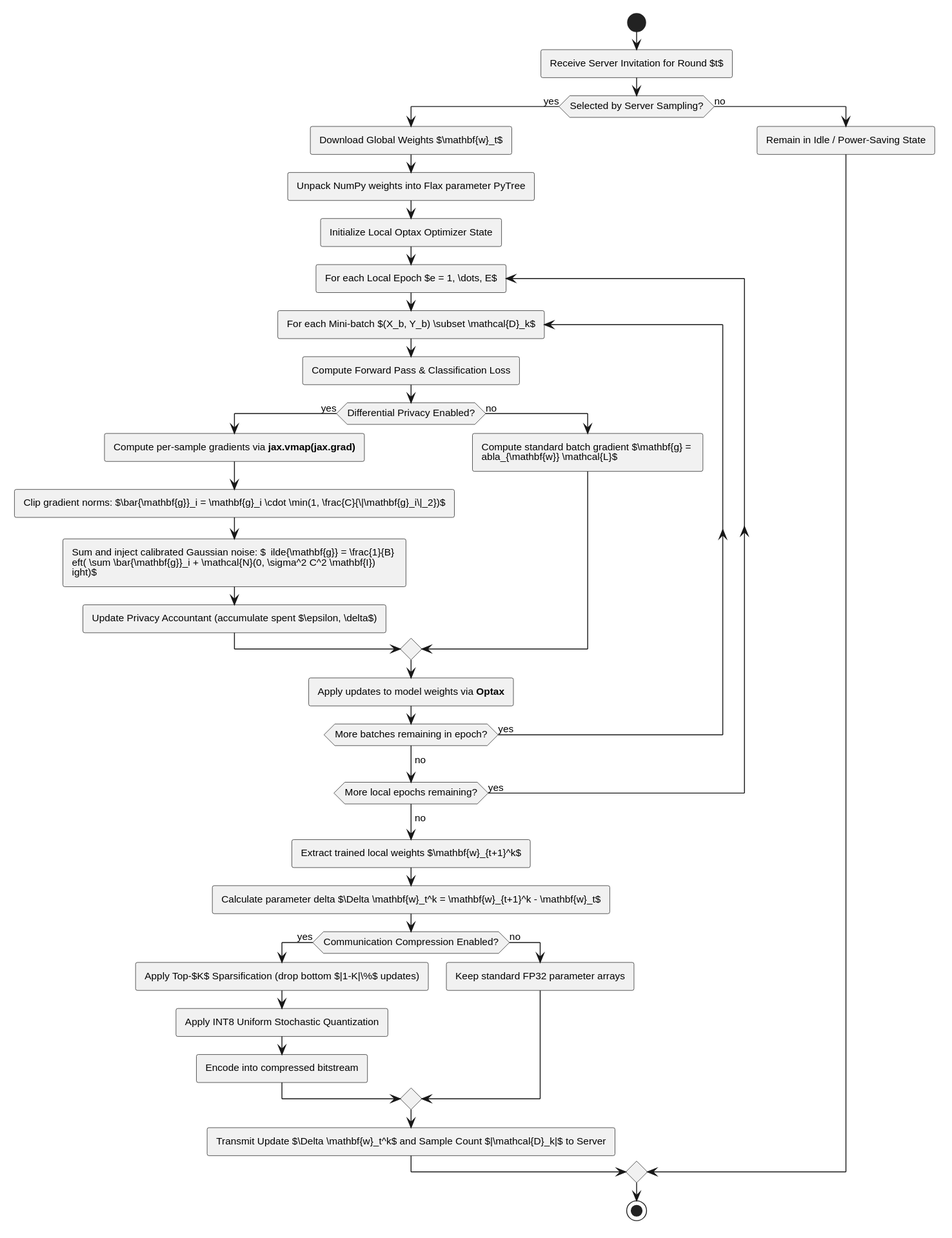
bernardbdas/research keeps this PlantUML diagram as diagrams/04-activity-diagrams/client_execution_lifecycle.svg. Above is the earlier version. Its diagram source:
```plantuml
@startuml
skinparam monochrome false
skinparam shadowing false
skinparam roundcorner 4
skinparam defaultFontName "Helvetica"
skinparam defaultFontSize 11

start

:Receive Server Invitation for Round $t$;

if (Selected by Server Sampling?) then (yes)
    :Download Global Weights $\mathbf{w}_t$;
    :Unpack NumPy weights into Flax parameter PyTree;
    :Initialize Local Optax Optimizer State;

    repeat :For each Local Epoch $e = 1, \dots, E$;
        repeat :For each Mini-batch $(X_b, Y_b) \subset \mathcal{D}_k$;
            :Compute Forward Pass & Classification Loss;

            if (Differential Privacy Enabled?) then (yes)
                :Compute per-sample gradients via **jax.vmap(jax.grad)**;
                :Clip gradient norms: $\bar{\mathbf{g}}_i = \mathbf{g}_i \cdot \min(1, \frac{C}{\|\mathbf{g}_i\|_2})$;
                :Sum and inject calibrated Gaussian noise: $\tilde{\mathbf{g}} = \frac{1}{B} \left( \sum \bar{\mathbf{g}}_i + \mathcal{N}(0, \sigma^2 C^2 \mathbf{I}) \right)$;
                :Update Privacy Accountant (accumulate spent $\epsilon, \delta$);
            else (no)
                :Compute standard batch gradient $\mathbf{g} = \nabla_{\mathbf{w}} \mathcal{L}$;
            endif

            :Apply updates to model weights via **Optax**;
        repeat while (More batches remaining in epoch?) is (yes)
        ->no;
    repeat while (More local epochs remaining?) is (yes)
    ->no;

    :Extract trained local weights $\mathbf{w}_{t+1}^k$;
    :Calculate parameter delta $\Delta \mathbf{w}_t^k = \mathbf{w}_{t+1}^k - \mathbf{w}_t$;

    if (Communication Compression Enabled?) then (yes)
        :Apply Top-$K$ Sparsification (drop bottom $|1-K|\%$ updates);
        :Apply INT8 Uniform Stochastic Quantization;
        :Encode into compressed bitstream;
    else (no)
        :Keep standard FP32 parameter arrays;
    endif

    :Transmit Update $\Delta \mathbf{w}_t^k$ and Sample Count $|\mathcal{D}_k|$ to Server;
else (no)
    :Remain in Idle / Power-Saving State;
endif

stop
@enduml
```
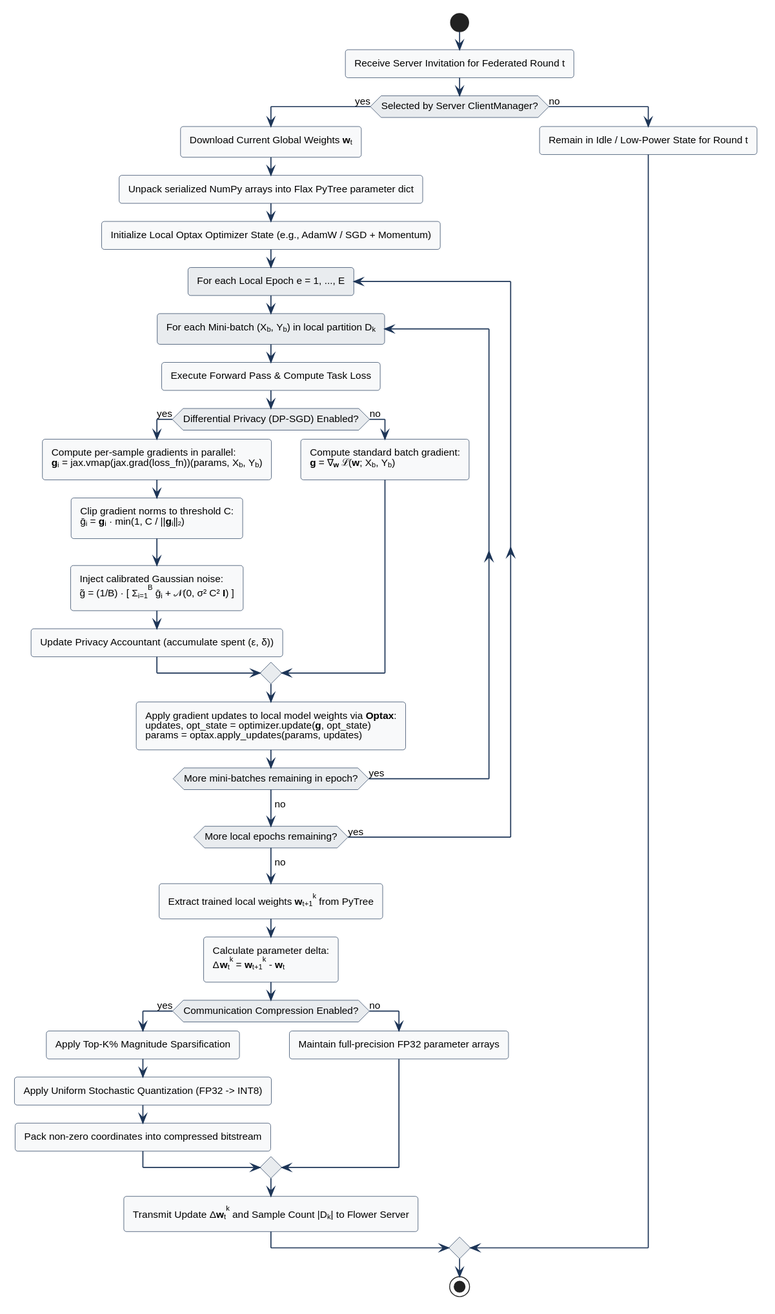
The same diagram one commit later.

Diff of the diagram source:
```diff
@@ -1,52 +1,58 @@
 @startuml
 skinparam monochrome false
 skinparam shadowing false
-skinparam roundcorner 4
+skinparam roundcorner 6
 skinparam defaultFontName "Helvetica"
 skinparam defaultFontSize 11
+skinparam ActivityBorderColor #1D3557
+skinparam ActivityBackgroundColor #F8F9FA
+skinparam ActivityDiamondBorderColor #1D3557
+skinparam ActivityDiamondBackgroundColor #E9ECEF
+skinparam ArrowColor #1D3557
+skinparam ArrowThickness 1.2
 
 start
 
-:Receive Server Invitation for Round $t$;
+:Receive Server Invitation for Federated Round t;
 
-if (Selected by Server Sampling?) then (yes)
-    :Download Global Weights $\mathbf{w}_t$;
-    :Unpack NumPy weights into Flax parameter PyTree;
-    :Initialize Local Optax Optimizer State;
+if (Selected by Server ClientManager?) then (yes)
+    :Download Current Global Weights <b>w</b><sub>t</sub>;
+    :Unpack serialized NumPy arrays into Flax PyTree parameter dict;
+    :Initialize Local Optax Optimizer State (e.g., AdamW / SGD + Momentum);
 
-    repeat :For each Local Epoch $e = 1, \dots, E$;
-        repeat :For each Mini-batch $(X_b, Y_b) \subset \mathcal{D}_k$;
-            :Compute Forward Pass & Classification Loss;
+    repeat :For each Local Epoch e = 1, ..., E;
+        repeat :For each Mini-batch (X<sub>b</sub>, Y<sub>b</sub>) in local partition D<sub>k</sub>;
+            :Execute Forward Pass & Compute Task Loss;
 
-            if (Differential Privacy Enabled?) then (yes)
-                :Compute per-sample gradients via **jax.vmap(jax.grad)**;
-                :Clip gradient norms: $\bar{\mathbf{g}}_i = \mathbf{g}_i \cdot \min(1, \frac{C}{\|\mathbf{g}_i\|_2})$;
-                :Sum and inject calibrated Gaussian noise: $\tilde{\mathbf{g}} = \frac{1}{B} \left( \sum \bar{\mathbf{g}}_i + \mathcal{N}(0, \sigma^2 C^2 \mathbf{I}) \right)$;
-                :Update Privacy Accountant (accumulate spent $\epsilon, \delta$);
+            if (Differential Privacy (DP-SGD) Enabled?) then (yes)
+                :Compute per-sample gradients in parallel:\n<b>g</b><sub>i</sub> = jax.vmap(jax.grad(loss_fn))(params, X<sub>b</sub>, Y<sub>b</sub>);
+                :Clip gradient norms to threshold C:\nḡ<sub>i</sub> = <b>g</b><sub>i</sub> · min(1, C / ||<b>g</b><sub>i</sub>||₂);
+                :Inject calibrated Gaussian noise:\ng̃ = (1/B) · [ Σ<sub>i=1</sub><sup>B</sup> ḡ<sub>i</sub> + 𝒩(0, σ² C² <b>I</b>) ];
+                :Update Privacy Accountant (accumulate spent (ε, δ));
             else (no)
-                :Compute standard batch gradient $\mathbf{g} = \nabla_{\mathbf{w}} \mathcal{L}$;
+                :Compute standard batch gradient:\n<b>g</b> = ∇<sub><b>w</b></sub> ℒ(<b>w</b>; X<sub>b</sub>, Y<sub>b</sub>);
             endif
 
-            :Apply updates to model weights via **Optax**;
-        repeat while (More batches remaining in epoch?) is (yes)
+            :Apply gradient updates to local model weights via **Optax**:\nupdates, opt_state = optimizer.update(<b>g</b>, opt_state)\nparams = optax.apply_updates(params, updates);
+        repeat while (More mini-batches remaining in epoch?) is (yes)
         ->no;
     repeat while (More local epochs remaining?) is (yes)
     ->no;
 
-    :Extract trained local weights $\mathbf{w}_{t+1}^k$;
-    :Calculate parameter delta $\Delta \mathbf{w}_t^k = \mathbf{w}_{t+1}^k - \mathbf{w}_t$;
+    :Extract trained local weights <b>w</b><sub>t+1</sub><sup>k</sup> from PyTree;
+    :Calculate parameter delta:\nΔ<b>w</b><sub>t</sub><sup>k</sup> = <b>w</b><sub>t+1</sub><sup>k</sup> - <b>w</b><sub>t</sub>;
 
     if (Communication Compression Enabled?) then (yes)
-        :Apply Top-$K$ Sparsification (drop bottom $|1-K|\%$ updates);
-        :Apply INT8 Uniform Stochastic Quantization;
-        :Encode into compressed bitstream;
+        :Apply Top-K% Magnitude Sparsification;
+        :Apply Uniform Stochastic Quantization (FP32 -> INT8);
+        :Pack non-zero coordinates into compressed bitstream;
     else (no)
-        :Keep standard FP32 parameter arrays;
+        :Maintain full-precision FP32 parameter arrays;
     endif
 
-    :Transmit Update $\Delta \mathbf{w}_t^k$ and Sample Count $|\mathcal{D}_k|$ to Server;
+    :Transmit Update Δ<b>w</b><sub>t</sub><sup>k</sup> and Sample Count |D<sub>k</sub>| to Flower Server;
 else (no)
-    :Remain in Idle / Power-Saving State;
+    :Remain in Idle / Low-Power State for Round t;
 endif
 
 stop
```
